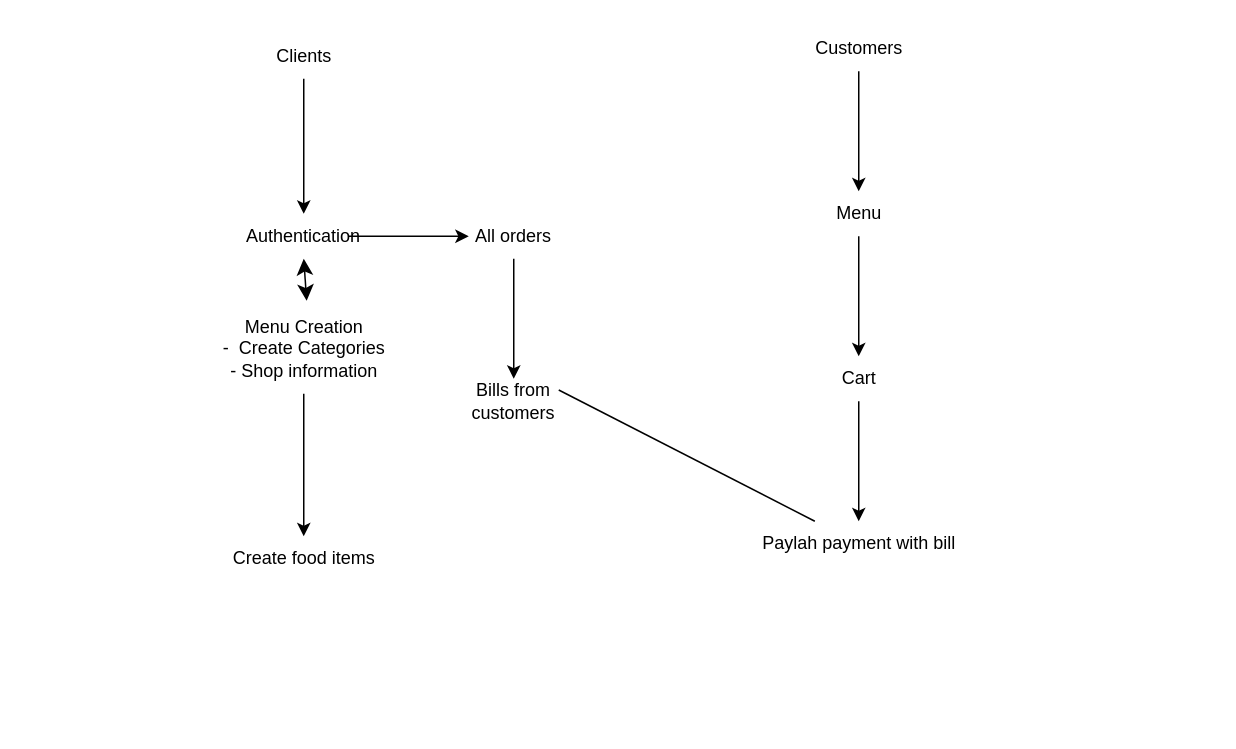
Before: Plan.drawio in vrsb99/IEEE, a draw.io diagram. Source tidied: cells renumbered, new cells numbered last; positions are measured from the earlier drawing's top-left corner, leaving out a move shared by most shapes. Both pictures are drawn from the tidied source at 150%, with x=0, y=0 at pixel (206, 26).
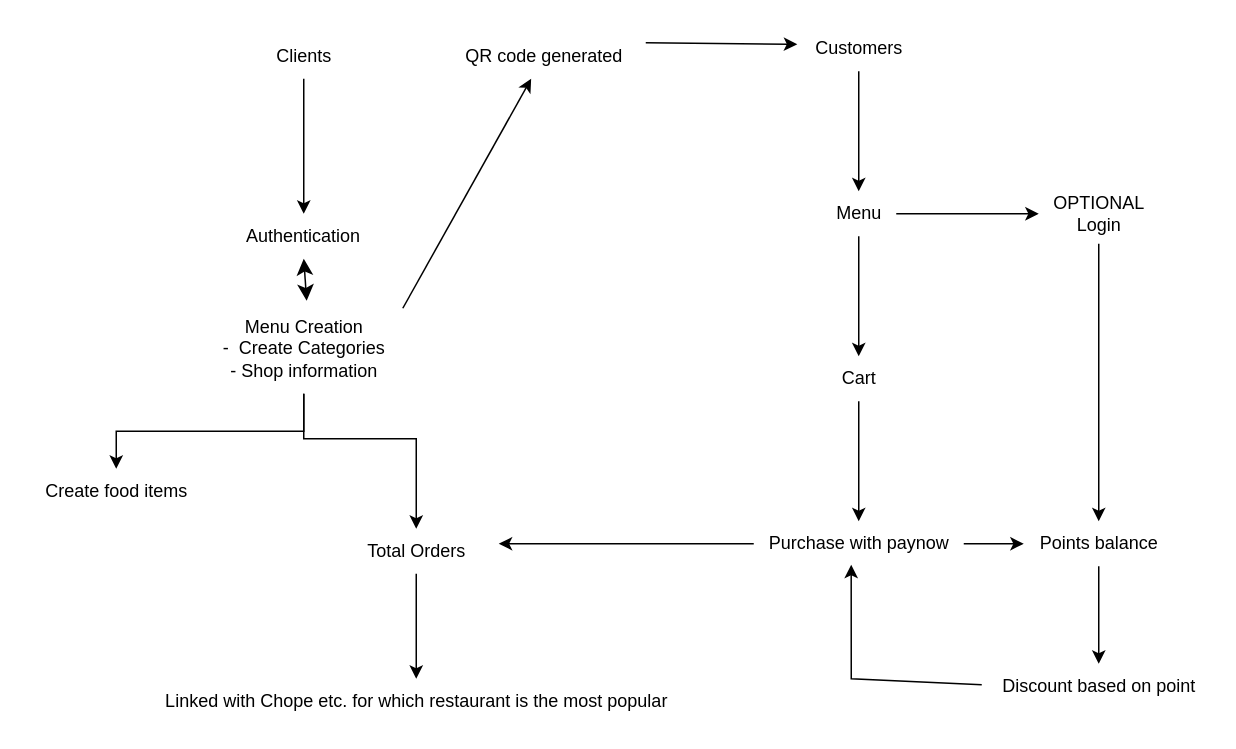
After the change.

Unchanged cells that the change refers to:
```xml
<mxCell id="3" value="&lt;div&gt;Authentication&lt;/div&gt;" style="text;html=1;strokeColor=none;fillColor=none;align=center;verticalAlign=middle;whiteSpace=wrap;rounded=0;" parent="1" vertex="1">
  <mxGeometry x="35" y="125" width="60" height="30" as="geometry" />
</mxCell>
<mxCell id="7" value="&lt;div&gt;Menu Creation&lt;/div&gt;&lt;div&gt;-&amp;nbsp; Create Categories&lt;/div&gt;&lt;div&gt;- Shop information&lt;/div&gt;" style="text;html=1;align=center;verticalAlign=middle;points=[];strokeColor=none;fillColor=none;" parent="1" vertex="1">
  <mxGeometry y="185" width="130" height="60" as="geometry" />
</mxCell>
<mxCell id="14" value="&lt;div&gt;Customers&lt;/div&gt;" style="text;html=1;align=center;verticalAlign=middle;points=[];strokeColor=none;fillColor=none;" parent="1" vertex="1">
  <mxGeometry x="395" width="80" height="30" as="geometry" />
</mxCell>
<mxCell id="16" value="&lt;div&gt;Menu&lt;/div&gt;" style="text;html=1;align=center;verticalAlign=middle;points=[];strokeColor=none;fillColor=none;" parent="1" vertex="1">
  <mxGeometry x="410" y="110" width="50" height="30" as="geometry" />
</mxCell>
<mxCell id="18" value="&lt;div&gt;Cart&lt;/div&gt;" style="text;html=1;align=center;verticalAlign=middle;points=[];strokeColor=none;fillColor=none;" parent="1" vertex="1">
  <mxGeometry x="410" y="220" width="50" height="30" as="geometry" />
</mxCell>
```

Change to the diagram source:
```diff
@@
-    <mxCell id="2" style="edgeStyle=orthogonalEdgeStyle;rounded=0;jettySize=auto;html=1;" parent="1" edge="1" source="3" target="11">
-      <mxGeometry relative="1" as="geometry" />
-    </mxCell>
@@
+    <mxCell id="21" style="edgeStyle=orthogonalEdgeStyle;rounded=0;jettySize=auto;html=1;" parent="1" edge="1" source="7" target="33">
+      <mxGeometry relative="1" as="geometry">
+        <Array as="points">
+          <mxPoint x="65" y="275" />
+          <mxPoint x="140" y="275" />
+        </Array>
+      </mxGeometry>
+    </mxCell>
@@
     <mxCell id="9" value="Create food items" style="text;html=1;align=center;verticalAlign=middle;points=[];strokeColor=none;fillColor=none;" parent="1" vertex="1">
-      <mxGeometry x="5" y="340" width="120" height="30" as="geometry" />
+      <mxGeometry x="-120" y="295" width="120" height="30" as="geometry" />
     </mxCell>
-    <mxCell id="10" style="edgeStyle=orthogonalEdgeStyle;rounded=0;jettySize=auto;html=1;" parent="1" edge="1" source="11" target="12">
-      <mxGeometry relative="1" as="geometry" />
-    </mxCell>
-    <mxCell id="11" value="&lt;div&gt;All orders&lt;/div&gt;" style="text;html=1;strokeColor=none;fillColor=none;align=center;verticalAlign=middle;whiteSpace=wrap;rounded=0;" parent="1" vertex="1">
-      <mxGeometry x="175" y="125" width="60" height="30" as="geometry" />
-    </mxCell>
-    <mxCell id="12" value="Bills from customers" style="text;html=1;strokeColor=none;fillColor=none;align=center;verticalAlign=middle;whiteSpace=wrap;rounded=0;" parent="1" vertex="1">
-      <mxGeometry x="175" y="235" width="60" height="30" as="geometry" />
-    </mxCell>
@@
+    <mxCell id="22" style="edgeStyle=orthogonalEdgeStyle;rounded=0;jettySize=auto;html=1;" parent="1" edge="1" source="16" target="28">
+      <mxGeometry relative="1" as="geometry" />
+    </mxCell>
@@
-    <mxCell id="17" style="edgeStyle=orthogonalEdgeStyle;rounded=0;jettySize=auto;html=1;" parent="1" edge="1" source="18" target="19">
-      <mxGeometry relative="1" as="geometry" />
-    </mxCell>
+    <mxCell id="23" style="edgeStyle=orthogonalEdgeStyle;rounded=0;jettySize=auto;html=1;" parent="1" edge="1" source="18" target="36">
+      <mxGeometry relative="1" as="geometry" />
+    </mxCell>
@@
-    <mxCell id="19" value="&lt;div&gt;Paylah payment with bill&lt;/div&gt;" style="text;html=1;align=center;verticalAlign=middle;points=[];strokeColor=none;fillColor=none;" parent="1" vertex="1">
-      <mxGeometry x="360" y="330" width="150" height="30" as="geometry" />
-    </mxCell>
-    <mxCell id="20" style="endArrow=none;html=1;rounded=0;entryX=1;entryY=0.25;entryDx=0;entryDy=0;" parent="1" edge="1" source="19" target="12">
-      <mxGeometry relative="1" as="geometry" />
-    </mxCell>
+    <mxCell id="24" value="QR code generated" style="text;html=1;align=center;verticalAlign=middle;points=[];strokeColor=none;fillColor=none;" parent="1" vertex="1">
+      <mxGeometry x="160" y="5" width="130" height="30" as="geometry" />
+    </mxCell>
+    <mxCell id="25" style="endArrow=classic;html=1;rounded=0;exitX=1.008;exitY=0.05;exitDx=0;exitDy=0;exitPerimeter=0;" parent="1" edge="1" source="7" target="24">
+      <mxGeometry relative="1" as="geometry" />
+    </mxCell>
+    <mxCell id="26" style="endArrow=classic;html=1;rounded=0;exitX=1.023;exitY=0.2;exitDx=0;exitDy=0;exitPerimeter=0;entryX=-0.012;entryY=0.4;entryDx=0;entryDy=0;entryPerimeter=0;" parent="1" edge="1" source="24" target="14">
+      <mxGeometry relative="1" as="geometry" />
+    </mxCell>
+    <mxCell id="27" style="edgeStyle=orthogonalEdgeStyle;rounded=0;jettySize=auto;html=1;" parent="1" edge="1" source="28" target="30">
+      <mxGeometry relative="1" as="geometry" />
+    </mxCell>
+    <mxCell id="28" value="&lt;div&gt;OPTIONAL&lt;/div&gt;&lt;div&gt;Login&lt;/div&gt;" style="text;html=1;align=center;verticalAlign=middle;points=[];strokeColor=none;fillColor=none;" parent="1" vertex="1">
+      <mxGeometry x="555" y="105" width="80" height="40" as="geometry" />
+    </mxCell>
+    <mxCell id="29" style="edgeStyle=orthogonalEdgeStyle;rounded=0;jettySize=auto;html=1;" parent="1" edge="1" source="30" target="37">
+      <mxGeometry relative="1" as="geometry" />
+    </mxCell>
+    <mxCell id="30" value="Points balance" style="text;html=1;align=center;verticalAlign=middle;points=[];strokeColor=none;fillColor=none;" parent="1" vertex="1">
+      <mxGeometry x="545" y="330" width="100" height="30" as="geometry" />
+    </mxCell>
+    <mxCell id="31" value="Linked with Chope etc. for which restaurant is the most popular" style="text;html=1;align=center;verticalAlign=middle;points=[];strokeColor=none;fillColor=none;" parent="1" vertex="1">
+      <mxGeometry x="-40" y="435" width="360" height="30" as="geometry" />
+    </mxCell>
+    <mxCell id="32" style="edgeStyle=orthogonalEdgeStyle;rounded=0;jettySize=auto;html=1;" parent="1" edge="1" source="33" target="31">
+      <mxGeometry relative="1" as="geometry" />
+    </mxCell>
+    <mxCell id="33" value="Total Orders" style="text;html=1;align=center;verticalAlign=middle;points=[];strokeColor=none;fillColor=none;" parent="1" vertex="1">
+      <mxGeometry x="95" y="335" width="90" height="30" as="geometry" />
+    </mxCell>
+    <mxCell id="34" style="edgeStyle=orthogonalEdgeStyle;rounded=0;jettySize=auto;html=1;" parent="1" edge="1" source="36">
+      <mxGeometry relative="1" as="geometry">
+        <mxPoint x="195" y="345" as="targetPoint" />
+        <Array as="points">
+          <mxPoint x="315" y="345" />
+          <mxPoint x="315" y="345" />
+        </Array>
+      </mxGeometry>
+    </mxCell>
+    <mxCell id="35" style="edgeStyle=orthogonalEdgeStyle;rounded=0;jettySize=auto;html=1;" parent="1" edge="1" source="36" target="30">
+      <mxGeometry relative="1" as="geometry" />
+    </mxCell>
+    <mxCell id="36" value="Purchase with paynow" style="text;html=1;align=center;verticalAlign=middle;points=[];strokeColor=none;fillColor=none;" parent="1" vertex="1">
+      <mxGeometry x="365" y="330" width="140" height="30" as="geometry" />
+    </mxCell>
+    <mxCell id="37" value="Discount based on point" style="text;html=1;align=center;verticalAlign=middle;points=[];strokeColor=none;fillColor=none;" parent="1" vertex="1">
+      <mxGeometry x="520" y="425" width="150" height="30" as="geometry" />
+    </mxCell>
+    <mxCell id="38" style="endArrow=classic;html=1;rounded=0;exitX=-0.02;exitY=0.467;exitDx=0;exitDy=0;exitPerimeter=0;entryX=0.464;entryY=0.967;entryDx=0;entryDy=0;entryPerimeter=0;" parent="1" edge="1" source="37" target="36">
+      <mxGeometry relative="1" as="geometry">
+        <Array as="points">
+          <mxPoint x="430" y="435" />
+        </Array>
+      </mxGeometry>
+    </mxCell>
```
